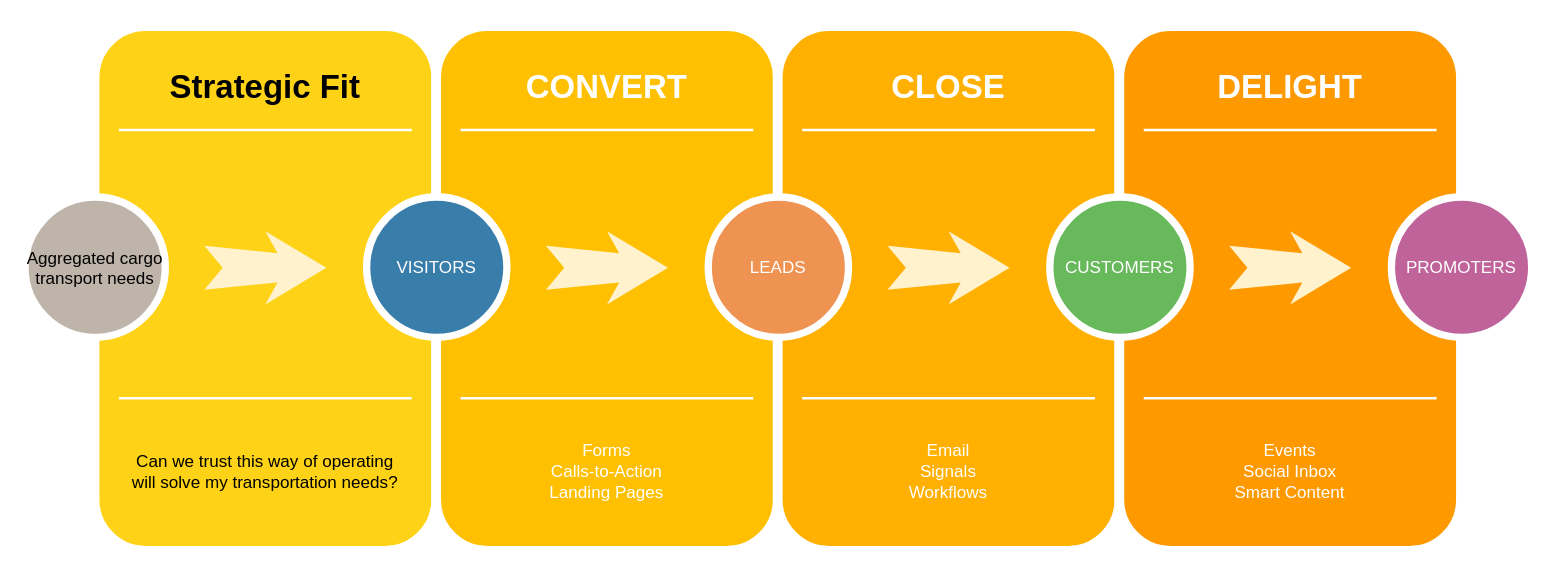
This is Untitled Diagram.drawio from jcaballe1/hello-world, a draw.io file, before an edit. Source tidied: cells renumbered, new cells numbered last; positions are measured from the earlier drawing's top-left corner, leaving out a move shared by most shapes. Both pictures are drawn from the tidied source at 122%, with x=0, y=0 at pixel (24, 26).
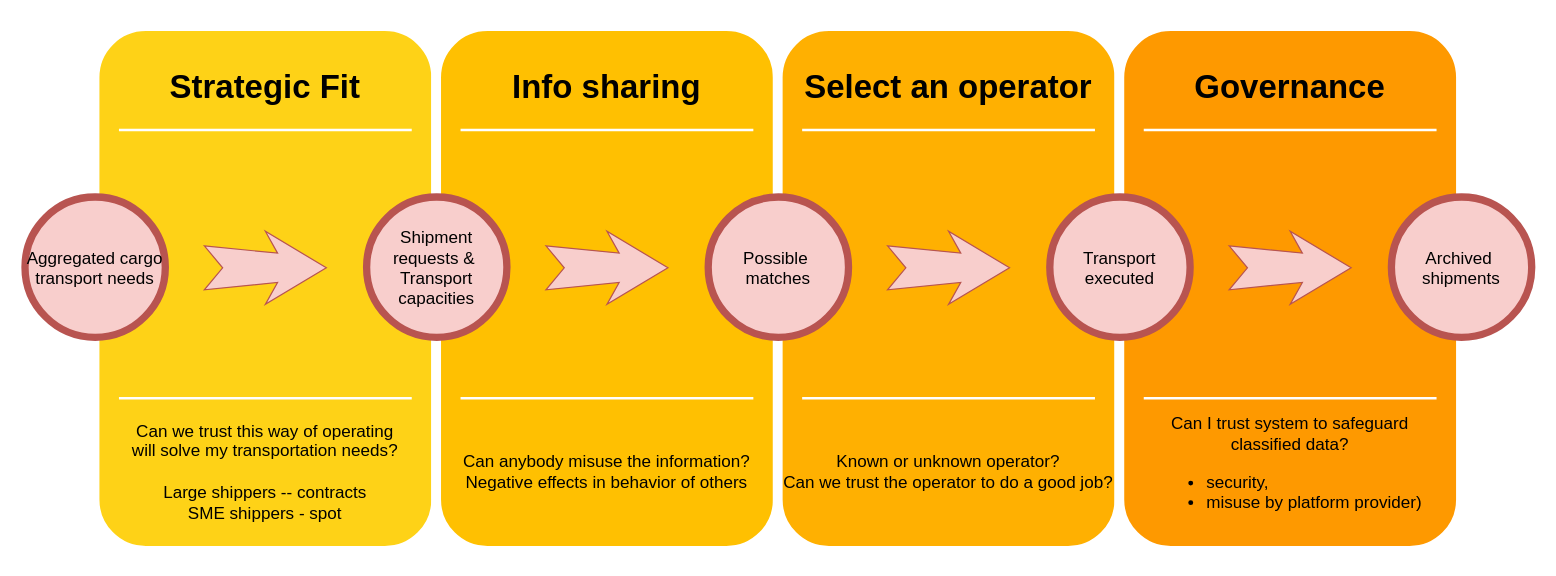
The same diagram, later.

What changed in the source:
```diff
@@
-    <mxCell id="4" value="Can we trust this way of operating&lt;div&gt;will solve my transportation needs?&lt;/div&gt;" style="text;html=1;strokeColor=none;fillColor=none;align=center;verticalAlign=middle;whiteSpace=wrap;rounded=0;shadow=0;fontSize=14;fontColor=default;" parent="1" vertex="1">
+    <mxCell id="4" value="Can we trust this way of operating&lt;div&gt;will solve my transportation needs?&lt;/div&gt;&lt;div&gt;&lt;br&gt;&lt;/div&gt;&lt;div&gt;Large shippers -- contracts&lt;/div&gt;&lt;div&gt;SME shippers - spot&lt;/div&gt;" style="text;html=1;strokeColor=none;fillColor=none;align=center;verticalAlign=middle;whiteSpace=wrap;rounded=0;shadow=0;fontSize=14;fontColor=default;" parent="1" vertex="1">
       <mxGeometry x="57" y="320" width="280" height="90" as="geometry" />
     </mxCell>
@@
-    <mxCell id="7" value="Aggregated cargo transport needs" style="ellipse;whiteSpace=wrap;html=1;rounded=0;shadow=0;strokeWidth=6;fontSize=14;align=center;fillColor=#BFB4A9;strokeColor=#FFFFFF;fontColor=default;" parent="1" vertex="1">
+    <mxCell id="7" value="Aggregated cargo transport needs" style="ellipse;whiteSpace=wrap;html=1;rounded=0;shadow=0;strokeWidth=6;fontSize=14;align=center;fillColor=#f8cecc;strokeColor=#b85450;" parent="1" vertex="1">
       <mxGeometry y="140" width="115" height="115" as="geometry" />
     </mxCell>
-    <mxCell id="8" style="html=1;shadow=0;dashed=0;align=center;verticalAlign=middle;shape=mxgraph.arrows2.stylisedArrow;dy=0.6;dx=40;notch=15;feather=0.4;rounded=0;strokeWidth=1;fontSize=27;strokeColor=none;fillColor=#fff2cc;textShadow=0;" parent="1" vertex="1">
+    <mxCell id="8" style="html=1;shadow=0;dashed=0;align=center;verticalAlign=middle;shape=mxgraph.arrows2.stylisedArrow;dy=0.6;dx=40;notch=15;feather=0.4;rounded=0;strokeWidth=1;fontSize=27;strokeColor=#b85450;fillColor=#f8cecc;textShadow=0;" parent="1" vertex="1">
       <mxGeometry x="147" y="168" width="100" height="60" as="geometry" />
     </mxCell>
@@
-    <mxCell id="10" value="CONVERT" style="text;html=1;strokeColor=none;fillColor=none;align=center;verticalAlign=middle;whiteSpace=wrap;rounded=0;shadow=0;fontSize=27;fontColor=#FFFFFF;fontStyle=1;" parent="1" vertex="1">
+    <mxCell id="10" value="Info sharing" style="text;html=1;strokeColor=none;fillColor=none;align=center;verticalAlign=middle;whiteSpace=wrap;rounded=0;shadow=0;fontSize=27;fontColor=default;fontStyle=1;" parent="1" vertex="1">
       <mxGeometry x="337" y="20" width="280" height="60" as="geometry" />
     </mxCell>
-    <mxCell id="11" value="Forms&lt;div&gt;Calls-to-Action&lt;/div&gt;&lt;div&gt;Landing Pages&lt;/div&gt;" style="text;html=1;strokeColor=none;fillColor=none;align=center;verticalAlign=middle;whiteSpace=wrap;rounded=0;shadow=0;fontSize=14;fontColor=#FFFFFF;" parent="1" vertex="1">
+    <mxCell id="11" value="Can anybody misuse the information?&lt;div&gt;Negative effects in behavior of others&lt;/div&gt;" style="text;html=1;strokeColor=none;fillColor=none;align=center;verticalAlign=middle;whiteSpace=wrap;rounded=0;shadow=0;fontSize=14;fontColor=default;" parent="1" vertex="1">
       <mxGeometry x="337" y="320" width="280" height="90" as="geometry" />
     </mxCell>
@@
-    <mxCell id="14" value="VISITORS" style="ellipse;whiteSpace=wrap;html=1;rounded=0;shadow=0;strokeWidth=6;fontSize=14;align=center;fillColor=#397DAA;strokeColor=#FFFFFF;fontColor=#FFFFFF;" parent="1" vertex="1">
+    <mxCell id="14" value="Shipment requests &amp;amp;&amp;nbsp;&lt;div&gt;Transport capacities&lt;/div&gt;" style="ellipse;whiteSpace=wrap;html=1;rounded=0;shadow=0;strokeWidth=6;fontSize=14;align=center;fillColor=#f8cecc;strokeColor=#b85450;" parent="1" vertex="1">
       <mxGeometry x="280" y="140" width="115" height="115" as="geometry" />
     </mxCell>
-    <mxCell id="15" style="html=1;shadow=0;dashed=0;align=center;verticalAlign=middle;shape=mxgraph.arrows2.stylisedArrow;dy=0.6;dx=40;notch=15;feather=0.4;rounded=0;strokeWidth=1;fontSize=27;strokeColor=none;fillColor=#fff2cc;" parent="1" vertex="1">
+    <mxCell id="15" style="html=1;shadow=0;dashed=0;align=center;verticalAlign=middle;shape=mxgraph.arrows2.stylisedArrow;dy=0.6;dx=40;notch=15;feather=0.4;rounded=0;strokeWidth=1;fontSize=27;strokeColor=#b85450;fillColor=#f8cecc;" parent="1" vertex="1">
       <mxGeometry x="427" y="168" width="100" height="60" as="geometry" />
     </mxCell>
@@
-    <mxCell id="17" value="CLOSE" style="text;html=1;strokeColor=none;fillColor=none;align=center;verticalAlign=middle;whiteSpace=wrap;rounded=0;shadow=0;fontSize=27;fontColor=#FFFFFF;fontStyle=1;" parent="1" vertex="1">
+    <mxCell id="17" value="Select an operator" style="text;html=1;strokeColor=none;fillColor=none;align=center;verticalAlign=middle;whiteSpace=wrap;rounded=0;shadow=0;fontSize=27;fontColor=default;fontStyle=1;" parent="1" vertex="1">
       <mxGeometry x="617" y="20" width="280" height="60" as="geometry" />
     </mxCell>
-    <mxCell id="18" value="Email&lt;div&gt;Signals&lt;/div&gt;&lt;div&gt;Workflows&lt;/div&gt;" style="text;html=1;strokeColor=none;fillColor=none;align=center;verticalAlign=middle;whiteSpace=wrap;rounded=0;shadow=0;fontSize=14;fontColor=#FFFFFF;" parent="1" vertex="1">
+    <mxCell id="18" value="Known or unknown operator?&lt;div&gt;Can we trust the operator to do a good job?&lt;/div&gt;" style="text;html=1;strokeColor=none;fillColor=none;align=center;verticalAlign=middle;whiteSpace=wrap;rounded=0;shadow=0;fontSize=14;fontColor=default;" parent="1" vertex="1">
       <mxGeometry x="617" y="320" width="280" height="90" as="geometry" />
     </mxCell>
@@
-    <mxCell id="21" value="LEADS" style="ellipse;whiteSpace=wrap;html=1;rounded=0;shadow=0;strokeWidth=6;fontSize=14;align=center;fillColor=#EF9353;strokeColor=#FFFFFF;fontColor=#FFFFFF;" parent="1" vertex="1">
+    <mxCell id="21" value="Possible&amp;nbsp; matches" style="ellipse;whiteSpace=wrap;html=1;rounded=0;shadow=0;strokeWidth=6;fontSize=14;align=center;fillColor=#f8cecc;strokeColor=#b85450;" parent="1" vertex="1">
       <mxGeometry x="560" y="140" width="115" height="115" as="geometry" />
     </mxCell>
-    <mxCell id="22" style="html=1;shadow=0;dashed=0;align=center;verticalAlign=middle;shape=mxgraph.arrows2.stylisedArrow;dy=0.6;dx=40;notch=15;feather=0.4;rounded=0;strokeWidth=1;fontSize=27;strokeColor=none;fillColor=#fff2cc;" parent="1" vertex="1">
+    <mxCell id="22" style="html=1;shadow=0;dashed=0;align=center;verticalAlign=middle;shape=mxgraph.arrows2.stylisedArrow;dy=0.6;dx=40;notch=15;feather=0.4;rounded=0;strokeWidth=1;fontSize=27;strokeColor=#b85450;fillColor=#f8cecc;" parent="1" vertex="1">
       <mxGeometry x="707" y="168" width="100" height="60" as="geometry" />
     </mxCell>
@@
-    <mxCell id="24" value="DELIGHT" style="text;html=1;strokeColor=none;fillColor=none;align=center;verticalAlign=middle;whiteSpace=wrap;rounded=0;shadow=0;fontSize=27;fontColor=#FFFFFF;fontStyle=1;" parent="1" vertex="1">
+    <mxCell id="24" value="Governance" style="text;html=1;strokeColor=none;fillColor=none;align=center;verticalAlign=middle;whiteSpace=wrap;rounded=0;shadow=0;fontSize=27;fontColor=default;fontStyle=1;" parent="1" vertex="1">
       <mxGeometry x="897" y="20" width="280" height="60" as="geometry" />
     </mxCell>
-    <mxCell id="25" value="Events&lt;div&gt;Social Inbox&lt;/div&gt;&lt;div&gt;Smart Content&lt;/div&gt;" style="text;html=1;strokeColor=none;fillColor=none;align=center;verticalAlign=middle;whiteSpace=wrap;rounded=0;shadow=0;fontSize=14;fontColor=#FFFFFF;" parent="1" vertex="1">
+    <mxCell id="25" value="Can I trust system to safeguard&lt;div&gt;classified data?&lt;/div&gt;&lt;div&gt;&lt;ul&gt;&lt;li style=&quot;text-align: left;&quot;&gt;security,&amp;nbsp;&lt;/li&gt;&lt;li style=&quot;text-align: left;&quot;&gt;misuse by platform provider)&lt;/li&gt;&lt;/ul&gt;&lt;/div&gt;" style="text;html=1;strokeColor=none;fillColor=none;align=center;verticalAlign=middle;whiteSpace=wrap;rounded=0;shadow=0;fontSize=14;fontColor=default;" parent="1" vertex="1">
       <mxGeometry x="897" y="320" width="280" height="90" as="geometry" />
     </mxCell>
@@
-    <mxCell id="28" value="CUSTOMERS" style="ellipse;whiteSpace=wrap;html=1;rounded=0;shadow=0;strokeWidth=6;fontSize=14;align=center;fillColor=#68B85C;strokeColor=#FFFFFF;fontColor=#FFFFFF;" parent="1" vertex="1">
+    <mxCell id="28" value="Transport executed" style="ellipse;whiteSpace=wrap;html=1;rounded=0;shadow=0;strokeWidth=6;fontSize=14;align=center;fillColor=#f8cecc;strokeColor=#b85450;" parent="1" vertex="1">
       <mxGeometry x="840" y="140" width="115" height="115" as="geometry" />
     </mxCell>
-    <mxCell id="29" style="html=1;shadow=0;dashed=0;align=center;verticalAlign=middle;shape=mxgraph.arrows2.stylisedArrow;dy=0.6;dx=40;notch=15;feather=0.4;rounded=0;strokeWidth=1;fontSize=27;strokeColor=none;fillColor=#fff2cc;" parent="1" vertex="1">
+    <mxCell id="29" style="html=1;shadow=0;dashed=0;align=center;verticalAlign=middle;shape=mxgraph.arrows2.stylisedArrow;dy=0.6;dx=40;notch=15;feather=0.4;rounded=0;strokeWidth=1;fontSize=27;strokeColor=#b85450;fillColor=#f8cecc;" parent="1" vertex="1">
       <mxGeometry x="987" y="168" width="100" height="60" as="geometry" />
     </mxCell>
-    <mxCell id="30" value="PROMOTERS" style="ellipse;whiteSpace=wrap;html=1;rounded=0;shadow=0;strokeWidth=6;fontSize=14;align=center;fillColor=#BF639A;strokeColor=#FFFFFF;fontColor=#FFFFFF;" parent="1" vertex="1">
+    <mxCell id="30" value="Archived&amp;nbsp;&lt;div&gt;shipments&lt;/div&gt;" style="ellipse;whiteSpace=wrap;html=1;rounded=0;shadow=0;strokeWidth=6;fontSize=14;align=center;fillColor=#f8cecc;strokeColor=#b85450;" parent="1" vertex="1">
       <mxGeometry x="1120" y="140" width="115" height="115" as="geometry" />
     </mxCell>
```
